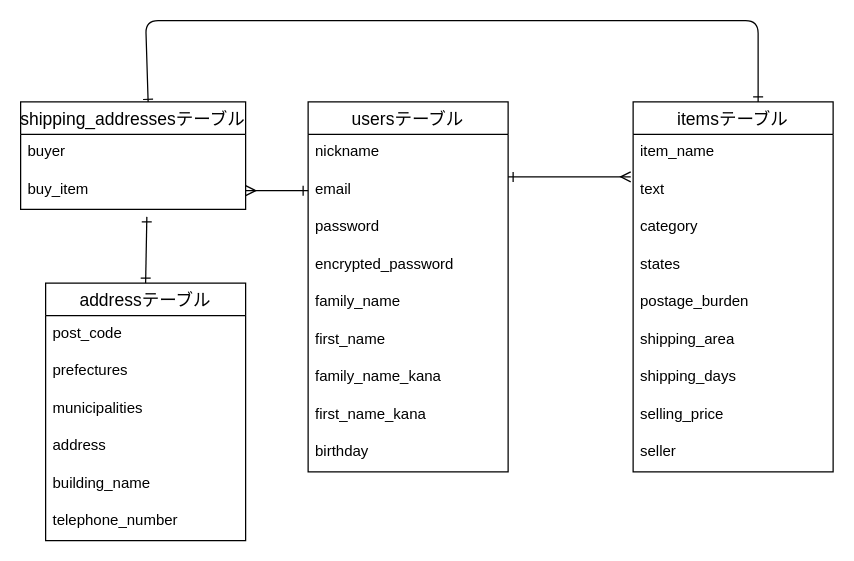
Above: furima.dio in Shibasaki-Suzuka/furima-39101 (draw.io), before the change. Source tidied: cells renumbered, new cells numbered last; positions are measured from the earlier drawing's top-left corner, leaving out a move shared by most shapes. Both pictures are drawn from the tidied source at 125%, with x=0, y=0 at pixel (20, 20).
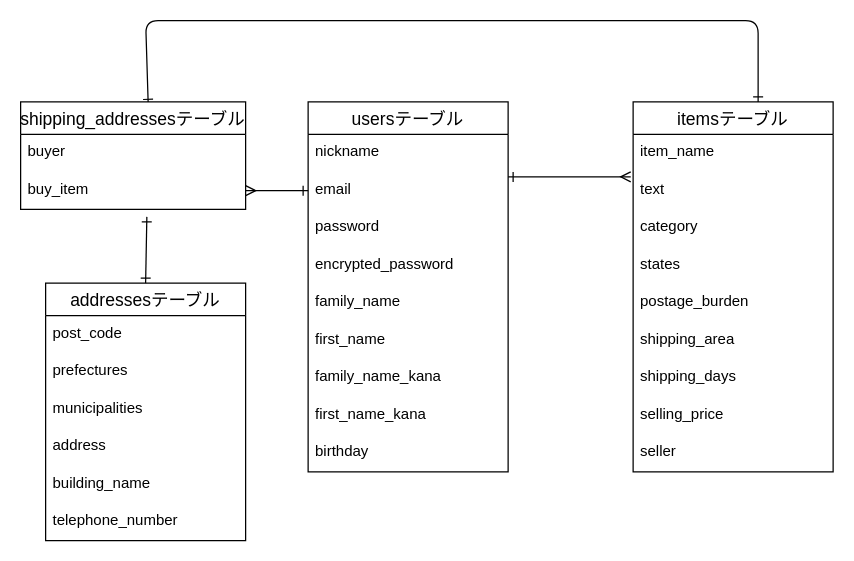
The same page after the edit.

Commit message:
テーブル名複数形に変更

The edit, as a diff of the source:
```diff
@@
-    <mxCell id="22" value="addressテーブル" style="swimlane;fontStyle=0;horizontal=1;startSize=26;align=center;fontSize=14;rounded=0;" parent="1" vertex="1">
+    <mxCell id="22" value="addressesテーブル" style="swimlane;fontStyle=0;horizontal=1;startSize=26;align=center;fontSize=14;rounded=0;" parent="1" vertex="1">
       <mxGeometry x="20" y="210" width="160" height="206" as="geometry" />
     </mxCell>
```
